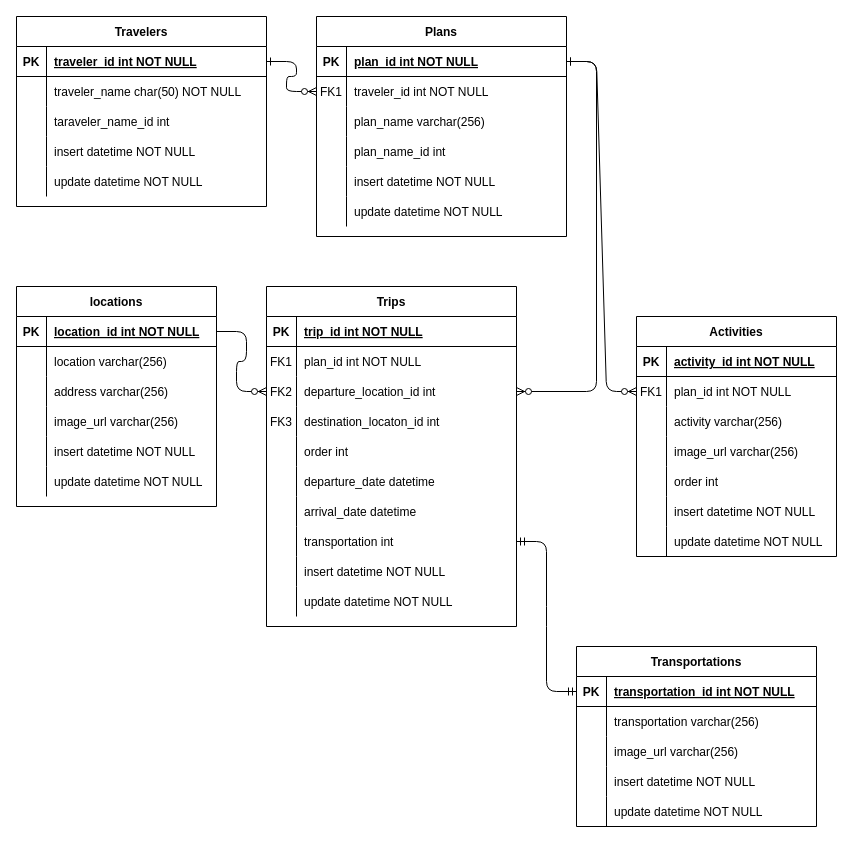
This is doc/ERDiagram.drawio from hudifu316/flaskapi, a draw.io file, before an edit. Source tidied: cells renumbered, new cells numbered last; positions are measured from the earlier drawing's top-left corner, leaving out a move shared by most shapes. Both pictures are drawn from the tidied source at 100%, with x=0, y=0 at pixel (16, 16).
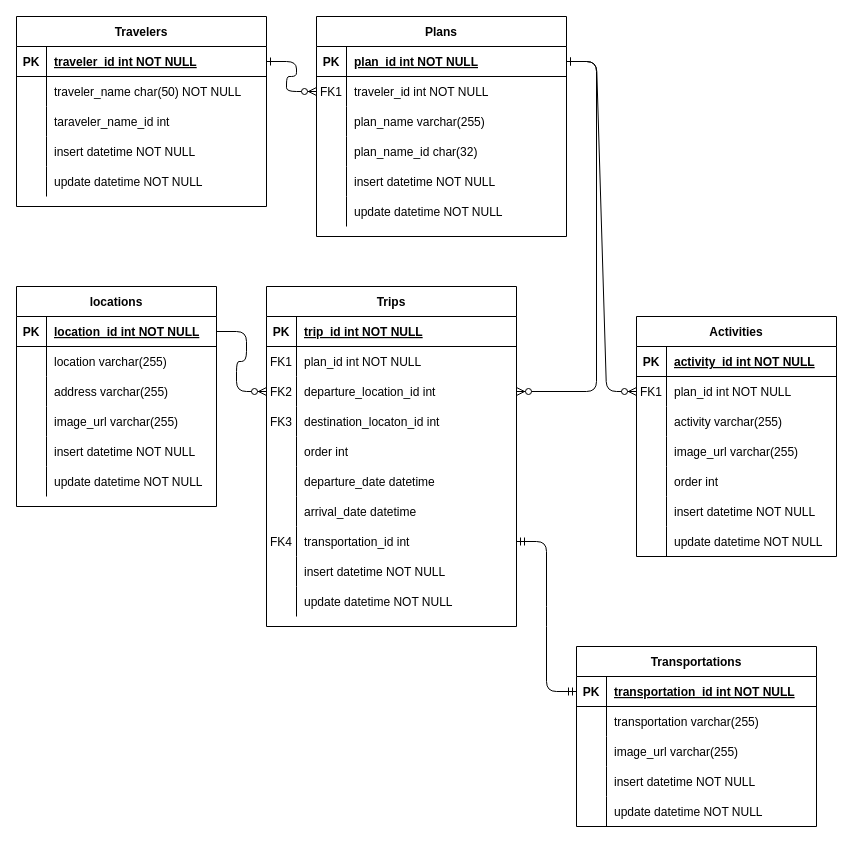
The same diagram, later.

Commit message:
ERDiagram.drawio を更新します

Unchanged cells that the change refers to:
```xml
<mxCell id="28" style="shape=partialRectangle;fillColor=none;top=0;left=0;right=0;bottom=0;" parent="21" vertex="1">
  <mxGeometry y="90" width="250" height="30" as="geometry" />
</mxCell>
<mxCell id="31" style="shape=partialRectangle;fillColor=none;top=0;left=0;right=0;bottom=0;" parent="21" vertex="1">
  <mxGeometry y="120" width="250" height="30" as="geometry" />
</mxCell>
<mxCell id="62" style="shape=partialRectangle;fillColor=none;points=[[0,0.5],[1,0.5]];portConstraint=eastwest;top=0;left=0;right=0;bottom=0;" parent="40" vertex="1">
  <mxGeometry y="240" width="250" height="30" as="geometry" />
</mxCell>
<mxCell id="75" style="shape=partialRectangle;fillColor=none;top=0;left=0;bottom=0;right=0;" parent="71" vertex="1">
  <mxGeometry y="60" width="200" height="30" as="geometry" />
</mxCell>
<mxCell id="78" style="shape=partialRectangle;fillColor=none;top=0;left=0;bottom=0;right=0;" parent="71" vertex="1">
  <mxGeometry y="90" width="200" height="30" as="geometry" />
</mxCell>
<mxCell id="81" style="shape=partialRectangle;fillColor=none;top=0;left=0;bottom=0;right=0;" parent="71" vertex="1">
  <mxGeometry y="120" width="200" height="30" as="geometry" />
</mxCell>
<mxCell id="96" style="shape=partialRectangle;fillColor=none;top=0;left=0;bottom=0;right=0;" parent="92" vertex="1">
  <mxGeometry y="60" width="240" height="30" as="geometry" />
</mxCell>
<mxCell id="99" style="shape=partialRectangle;fillColor=none;top=0;left=0;bottom=0;right=0;" parent="92" vertex="1">
  <mxGeometry y="90" width="240" height="30" as="geometry" />
</mxCell>
<mxCell id="115" style="shape=partialRectangle;fillColor=none;top=0;left=0;bottom=0;right=0;" parent="108" vertex="1">
  <mxGeometry y="90" width="200" height="30" as="geometry" />
</mxCell>
<mxCell id="118" style="shape=partialRectangle;fillColor=none;top=0;left=0;bottom=0;right=0;" parent="108" vertex="1">
  <mxGeometry y="120" width="200" height="30" as="geometry" />
</mxCell>
```

Change to the diagram source:
```diff
@@
-    <mxCell id="30" value="plan_name varchar(256)" style="shape=partialRectangle;overflow=hidden;fillColor=none;top=0;left=0;bottom=0;right=0;align=left;spacingLeft=6;" parent="28" vertex="1">
+    <mxCell id="30" value="plan_name varchar(255)" style="shape=partialRectangle;overflow=hidden;fillColor=none;top=0;left=0;bottom=0;right=0;align=left;spacingLeft=6;" parent="28" vertex="1">
       <mxGeometry x="30" width="220" height="30" as="geometry" />
     </mxCell>
@@
-    <mxCell id="33" value="plan_name_id int" style="shape=partialRectangle;overflow=hidden;fillColor=none;top=0;left=0;bottom=0;right=0;align=left;spacingLeft=6;" parent="31" vertex="1">
+    <mxCell id="33" value="plan_name_id char(32)" style="shape=partialRectangle;overflow=hidden;fillColor=none;top=0;left=0;bottom=0;right=0;align=left;spacingLeft=6;" parent="31" vertex="1">
       <mxGeometry x="30" width="220" height="30" as="geometry" />
     </mxCell>
@@
-    <mxCell id="63" style="shape=partialRectangle;overflow=hidden;fillColor=none;top=0;left=0;bottom=0;right=0;" parent="62" vertex="1">
+    <mxCell id="63" value="FK4" style="shape=partialRectangle;overflow=hidden;fillColor=none;top=0;left=0;bottom=0;right=0;" parent="62" vertex="1">
       <mxGeometry width="30" height="30" as="geometry" />
     </mxCell>
-    <mxCell id="64" value="transportation int" style="shape=partialRectangle;overflow=hidden;fillColor=none;top=0;left=0;bottom=0;right=0;align=left;spacingLeft=6;" parent="62" vertex="1">
+    <mxCell id="64" value="transportation_id int" style="shape=partialRectangle;overflow=hidden;fillColor=none;top=0;left=0;bottom=0;right=0;align=left;spacingLeft=6;" parent="62" vertex="1">
       <mxGeometry x="30" width="220" height="30" as="geometry" />
     </mxCell>
@@
-    <mxCell id="77" value="location varchar(256)" style="shape=partialRectangle;fillColor=none;top=0;left=0;bottom=0;right=0;align=left;spacingLeft=6;overflow=hidden;" parent="75" vertex="1">
+    <mxCell id="77" value="location varchar(255)" style="shape=partialRectangle;fillColor=none;top=0;left=0;bottom=0;right=0;align=left;spacingLeft=6;overflow=hidden;" parent="75" vertex="1">
       <mxGeometry x="30" width="170" height="30" as="geometry" />
     </mxCell>
@@
-    <mxCell id="80" value="address varchar(256)" style="shape=partialRectangle;fillColor=none;top=0;left=0;bottom=0;right=0;align=left;spacingLeft=6;overflow=hidden;" parent="78" vertex="1">
+    <mxCell id="80" value="address varchar(255)" style="shape=partialRectangle;fillColor=none;top=0;left=0;bottom=0;right=0;align=left;spacingLeft=6;overflow=hidden;" parent="78" vertex="1">
       <mxGeometry x="30" width="170" height="30" as="geometry" />
     </mxCell>
@@
-    <mxCell id="83" value="image_url varchar(256)" style="shape=partialRectangle;fillColor=none;top=0;left=0;bottom=0;right=0;align=left;spacingLeft=6;overflow=hidden;" parent="81" vertex="1">
+    <mxCell id="83" value="image_url varchar(255)" style="shape=partialRectangle;fillColor=none;top=0;left=0;bottom=0;right=0;align=left;spacingLeft=6;overflow=hidden;" parent="81" vertex="1">
       <mxGeometry x="30" width="170" height="30" as="geometry" />
     </mxCell>
@@
-    <mxCell id="98" value="transportation varchar(256)" style="shape=partialRectangle;fillColor=none;top=0;left=0;bottom=0;right=0;align=left;spacingLeft=6;overflow=hidden;" parent="96" vertex="1">
+    <mxCell id="98" value="transportation varchar(255)" style="shape=partialRectangle;fillColor=none;top=0;left=0;bottom=0;right=0;align=left;spacingLeft=6;overflow=hidden;" parent="96" vertex="1">
       <mxGeometry x="30" width="210" height="30" as="geometry" />
     </mxCell>
@@
-    <mxCell id="101" value="image_url varchar(256)" style="shape=partialRectangle;fillColor=none;top=0;left=0;bottom=0;right=0;align=left;spacingLeft=6;overflow=hidden;" parent="99" vertex="1">
+    <mxCell id="101" value="image_url varchar(255)" style="shape=partialRectangle;fillColor=none;top=0;left=0;bottom=0;right=0;align=left;spacingLeft=6;overflow=hidden;" parent="99" vertex="1">
       <mxGeometry x="30" width="210" height="30" as="geometry" />
     </mxCell>
@@
-    <mxCell id="117" value="activity varchar(256)" style="shape=partialRectangle;fillColor=none;top=0;left=0;bottom=0;right=0;align=left;spacingLeft=6;overflow=hidden;" parent="115" vertex="1">
+    <mxCell id="117" value="activity varchar(255)" style="shape=partialRectangle;fillColor=none;top=0;left=0;bottom=0;right=0;align=left;spacingLeft=6;overflow=hidden;" parent="115" vertex="1">
       <mxGeometry x="30" width="170" height="30" as="geometry" />
     </mxCell>
@@
-    <mxCell id="120" value="image_url varchar(256)" style="shape=partialRectangle;fillColor=none;top=0;left=0;bottom=0;right=0;align=left;spacingLeft=6;overflow=hidden;" parent="118" vertex="1">
+    <mxCell id="120" value="image_url varchar(255)" style="shape=partialRectangle;fillColor=none;top=0;left=0;bottom=0;right=0;align=left;spacingLeft=6;overflow=hidden;" parent="118" vertex="1">
       <mxGeometry x="30" width="170" height="30" as="geometry" />
     </mxCell>
```
